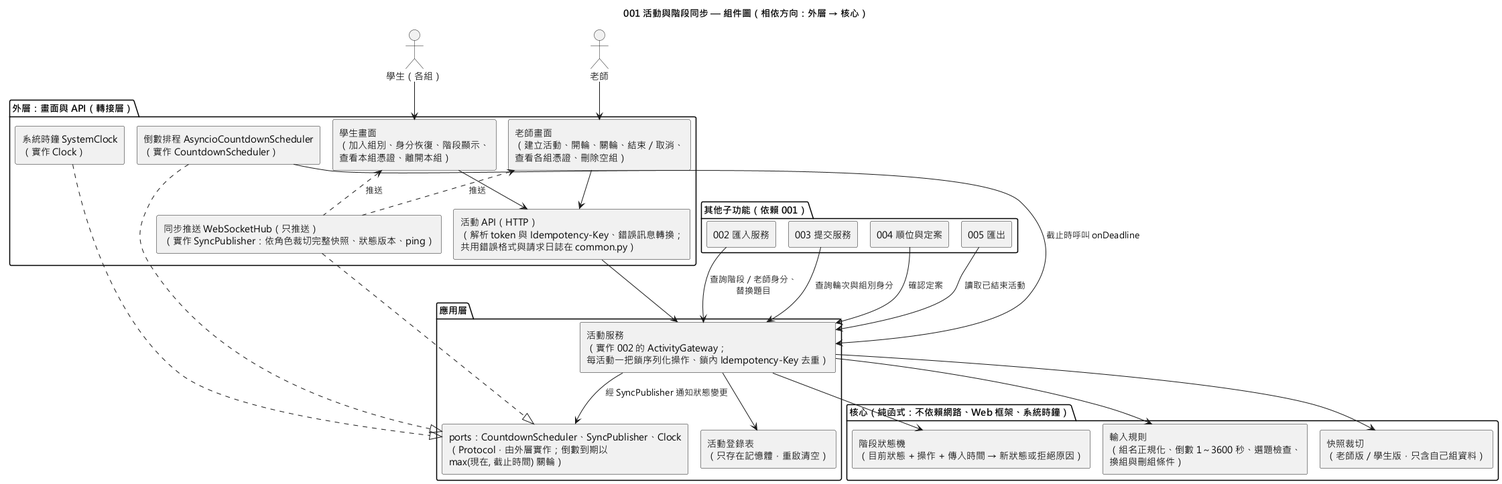
Earlier version of the PlantUML export diagrams/001-activity-session-component.png (EricC430/lecture-answer-first_group16_speckit).
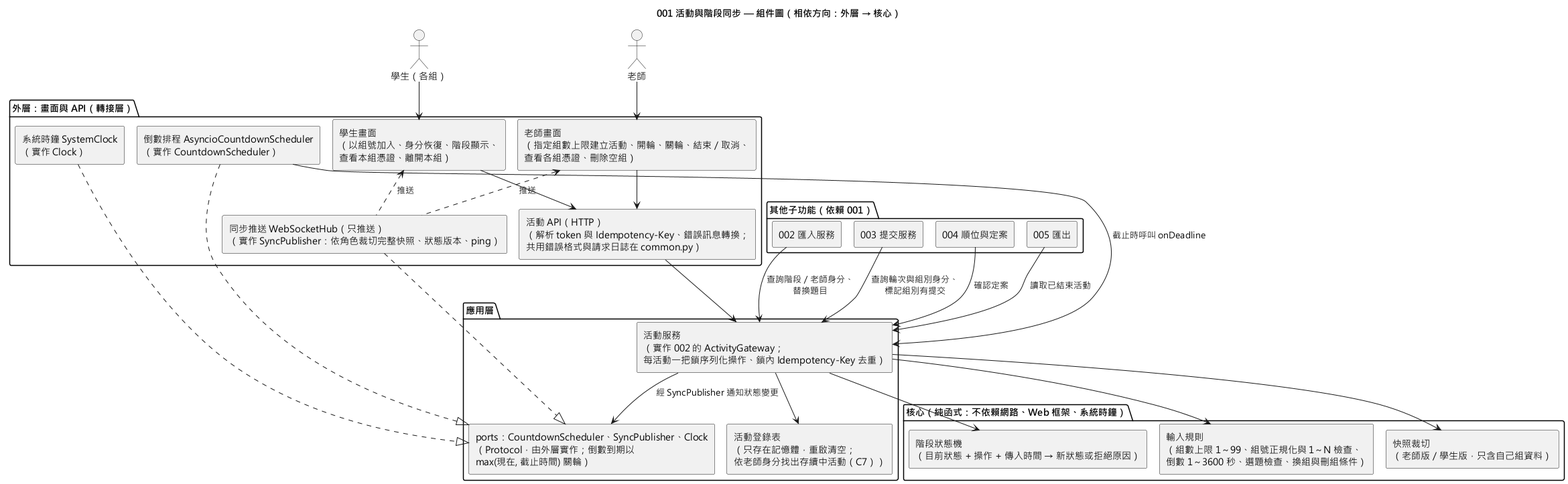
Above is the later version.

Change to the diagram source:
```diff
@@ -8,8 +8,8 @@
 actor "學生（各組）" as Student
 
 package "外層：畫面與 API（轉接層）" {
-  [老師畫面\n（建立活動、開輪、關輪、結束／取消、\n查看各組憑證、刪除空組）] as TeacherUI
-  [學生畫面\n（加入組別、身分恢復、階段顯示、\n查看本組憑證、離開本組）] as StudentUI
+  [老師畫面\n（指定組數上限建立活動、開輪、關輪、結束／取消、\n查看各組憑證、刪除空組）] as TeacherUI
+  [學生畫面\n（以組號加入、身分恢復、階段顯示、\n查看本組憑證、離開本組）] as StudentUI
   [活動 API（HTTP）\n（解析 token 與 Idempotency-Key、錯誤訊息轉換；\n共用錯誤格式與請求日誌在 common.py）] as Api
   [同步推送 WebSocketHub（只推送）\n（實作 SyncPublisher：依角色裁切完整快照、狀態版本、ping）] as Sync
   [倒數排程 AsyncioCountdownScheduler\n（實作 CountdownScheduler）] as TimerImpl
@@ -19,12 +19,12 @@
 package "應用層" {
   [活動服務\n（實作 002 的 ActivityGateway；\n每活動一把鎖序列化操作、鎖內 Idempotency-Key 去重）] as Service
   [ports：CountdownScheduler、SyncPublisher、Clock\n（Protocol，由外層實作；倒數到期以\nmax(現在, 截止時間) 關輪）] as Ports
-  [活動登錄表\n（只存在記憶體，重啟清空）] as Registry
+  [活動登錄表\n（只存在記憶體，重啟清空；\n依老師身分找出存續中活動（C7））] as Registry
 }
 
 package "核心（純函式：不依賴網路、Web 框架、系統時鐘）" {
   [階段狀態機\n（目前狀態 + 操作 + 傳入時間 → 新狀態或拒絕原因）] as StateMachine
-  [輸入規則\n（組名正規化、倒數 1～3600 秒、選題檢查、\n換組與刪組條件）] as Rules
+  [輸入規則\n（組數上限 1～99、組號正規化與 1～N 檢查、\n倒數 1～3600 秒、選題檢查、換組與刪組條件）] as Rules
   [快照裁切\n（老師版／學生版，只含自己組資料）] as View
 }
 
@@ -52,7 +52,7 @@
 Service --> View
 Service --> Ports : 經 SyncPublisher 通知狀態變更
 Import --> Service : 查詢階段／老師身分、\n替換題目
-Submit --> Service : 查詢輪次與組別身分
+Submit --> Service : 查詢輪次與組別身分、\n標記組別有提交
 Ranking --> Service : 確認定案
 Export --> Service : 讀取已結束活動
 @enduml
```
